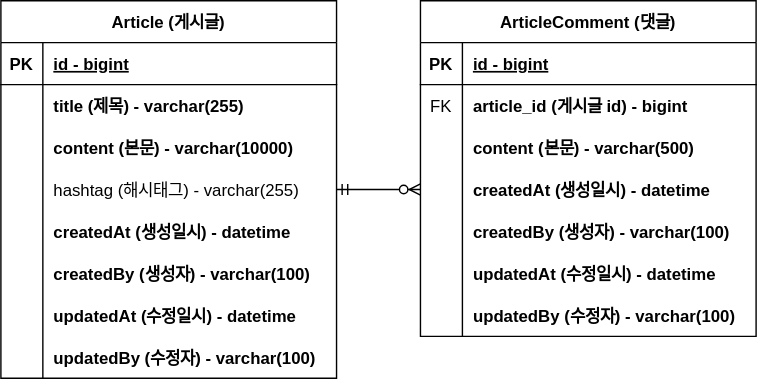
Earlier version of the draw.io export documents/project-board-erd.svg (JIHYEON-PF/project-board). Source tidied: cells renumbered, new cells last; positions are measured from the earlier drawing's top-left corner, leaving out a move shared by most shapes.
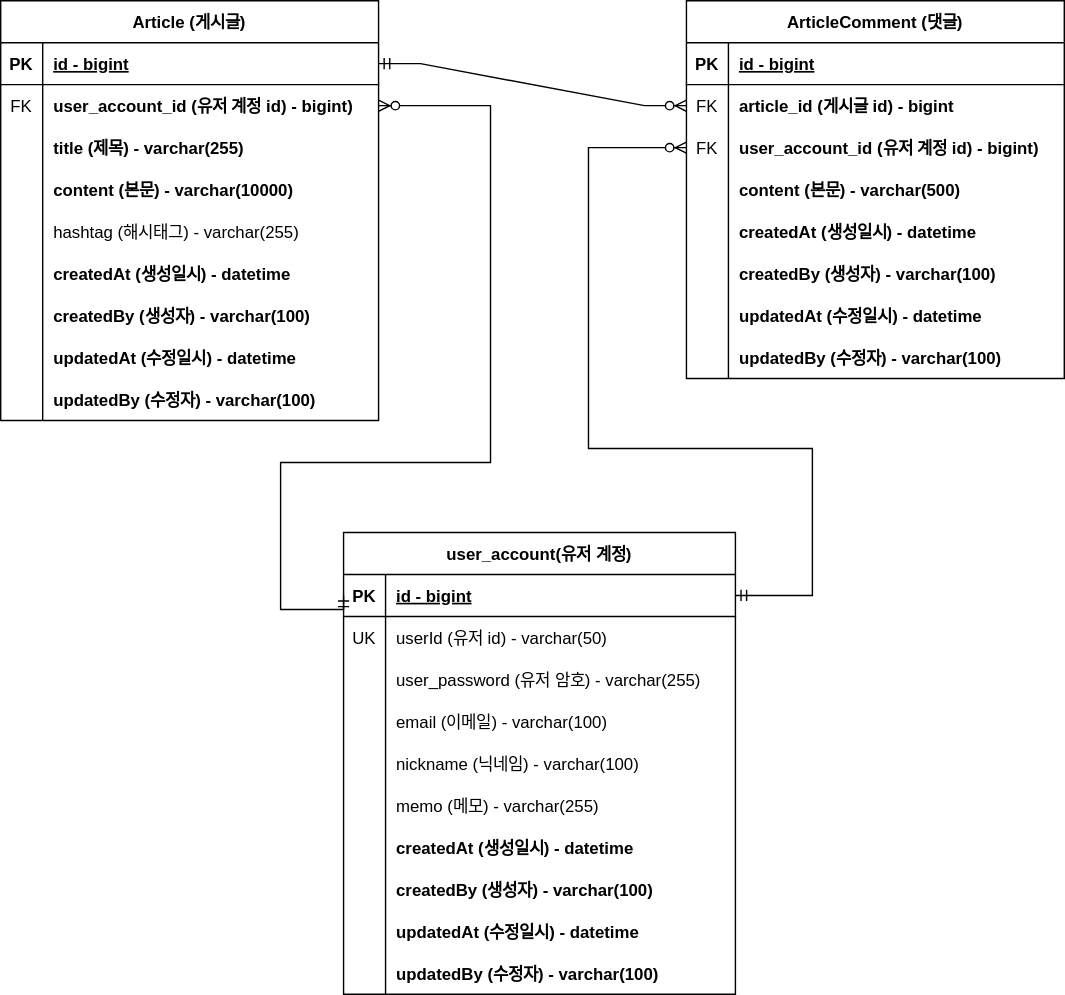
After the commit.

Commit message:
#17 - 회원계정 erd 업데이트

Diff of the diagram source:
```diff
@@ -5,6 +5,6 @@
     <mxCell id="2" value="Article (게시글)" style="shape=table;startSize=30;rowLines=0;fontStyle=1;align=center;" parent="1" vertex="1">
-      <mxGeometry width="240" height="270" as="geometry" />
+      <mxGeometry width="270" height="300" as="geometry" />
     </mxCell>
     <mxCell id="3" style="shape=partialRectangle;fillColor=none;points=[[0,0.5],[1,0.5]];portConstraint=eastwest;top=0;left=0;right=0;bottom=1;" parent="2" vertex="1">
-      <mxGeometry y="30" width="240" height="30" as="geometry" />
+      <mxGeometry y="30" width="270" height="30" as="geometry" />
     </mxCell>
@@ -14,15 +14,24 @@
     <mxCell id="5" value="id - bigint" style="shape=partialRectangle;overflow=hidden;fillColor=none;top=0;left=0;bottom=0;right=0;align=left;spacingLeft=6;fontStyle=5;" parent="3" vertex="1">
-      <mxGeometry x="30" width="210" height="30" as="geometry" />
+      <mxGeometry x="30" width="240" height="30" as="geometry" />
     </mxCell>
     <mxCell id="6" style="shape=partialRectangle;fillColor=none;points=[[0,0.5],[1,0.5]];portConstraint=eastwest;top=0;left=0;right=0;bottom=0;fontStyle=1;" parent="2" vertex="1">
-      <mxGeometry y="60" width="240" height="30" as="geometry" />
+      <mxGeometry y="60" width="270" height="30" as="geometry" />
     </mxCell>
-    <mxCell id="7" style="shape=partialRectangle;overflow=hidden;fillColor=none;top=0;left=0;bottom=0;right=0;" parent="6" vertex="1">
+    <mxCell id="7" value="FK" style="shape=partialRectangle;overflow=hidden;fillColor=none;top=0;left=0;bottom=0;right=0;" parent="6" vertex="1">
       <mxGeometry width="30" height="30" as="geometry" />
     </mxCell>
-    <mxCell id="8" value="title (제목) - varchar(255)" style="shape=partialRectangle;overflow=hidden;fillColor=none;top=0;left=0;bottom=0;right=0;align=left;spacingLeft=6;fontStyle=1;" parent="6" vertex="1">
-      <mxGeometry x="30" width="210" height="30" as="geometry" />
+    <mxCell id="8" value="user_account_id (유저 계정 id) - bigint)" style="shape=partialRectangle;overflow=hidden;fillColor=none;top=0;left=0;bottom=0;right=0;align=left;spacingLeft=6;fontStyle=1;" parent="6" vertex="1">
+      <mxGeometry x="30" width="240" height="30" as="geometry" />
     </mxCell>
+    <mxCell id="50" style="shape=partialRectangle;fillColor=none;top=0;left=0;right=0;bottom=0;fontStyle=1;" parent="2" vertex="1">
+      <mxGeometry y="90" width="270" height="30" as="geometry" />
+    </mxCell>
+    <mxCell id="51" style="shape=partialRectangle;overflow=hidden;fillColor=none;top=0;left=0;bottom=0;right=0;" parent="50" vertex="1">
+      <mxGeometry width="30" height="30" as="geometry" />
+    </mxCell>
+    <mxCell id="52" value="title (제목) - varchar(255)" style="shape=partialRectangle;overflow=hidden;fillColor=none;top=0;left=0;bottom=0;right=0;align=left;spacingLeft=6;fontStyle=1;" parent="50" vertex="1">
+      <mxGeometry x="30" width="240" height="30" as="geometry" />
+    </mxCell>
     <mxCell id="9" style="shape=partialRectangle;fillColor=none;top=0;left=0;right=0;bottom=0;" parent="2" vertex="1">
-      <mxGeometry y="90" width="240" height="30" as="geometry" />
+      <mxGeometry y="120" width="270" height="30" as="geometry" />
     </mxCell>
@@ -32,6 +41,6 @@
     <mxCell id="11" value="content (본문) - varchar(10000)" style="shape=partialRectangle;overflow=hidden;fillColor=none;top=0;left=0;bottom=0;right=0;align=left;spacingLeft=6;fontStyle=1;" parent="9" vertex="1">
-      <mxGeometry x="30" width="210" height="30" as="geometry" />
+      <mxGeometry x="30" width="240" height="30" as="geometry" />
     </mxCell>
     <mxCell id="12" style="shape=partialRectangle;fillColor=none;points=[[0,0.5],[1,0.5]];portConstraint=eastwest;top=0;left=0;right=0;bottom=0;" parent="2" vertex="1">
-      <mxGeometry y="120" width="240" height="30" as="geometry" />
+      <mxGeometry y="150" width="270" height="30" as="geometry" />
     </mxCell>
@@ -41,6 +50,6 @@
     <mxCell id="14" value="hashtag (해시태그) - varchar(255)" style="shape=partialRectangle;overflow=hidden;fillColor=none;top=0;left=0;bottom=0;right=0;align=left;spacingLeft=6;" parent="12" vertex="1">
-      <mxGeometry x="30" width="210" height="30" as="geometry" />
+      <mxGeometry x="30" width="240" height="30" as="geometry" />
     </mxCell>
     <mxCell id="15" style="shape=partialRectangle;fillColor=none;top=0;left=0;right=0;bottom=0;" parent="2" vertex="1">
-      <mxGeometry y="150" width="240" height="30" as="geometry" />
+      <mxGeometry y="180" width="270" height="30" as="geometry" />
     </mxCell>
@@ -50,6 +59,6 @@
     <mxCell id="17" value="createdAt (생성일시) - datetime" style="shape=partialRectangle;overflow=hidden;fillColor=none;top=0;left=0;bottom=0;right=0;align=left;spacingLeft=6;fontStyle=1;" parent="15" vertex="1">
-      <mxGeometry x="30" width="210" height="30" as="geometry" />
+      <mxGeometry x="30" width="240" height="30" as="geometry" />
     </mxCell>
     <mxCell id="18" style="shape=partialRectangle;fillColor=none;top=0;left=0;right=0;bottom=0;" parent="2" vertex="1">
-      <mxGeometry y="180" width="240" height="30" as="geometry" />
+      <mxGeometry y="210" width="270" height="30" as="geometry" />
     </mxCell>
@@ -59,6 +68,6 @@
     <mxCell id="20" value="createdBy (생성자) - varchar(100)" style="shape=partialRectangle;overflow=hidden;fillColor=none;top=0;left=0;bottom=0;right=0;align=left;spacingLeft=6;fontStyle=1;" parent="18" vertex="1">
-      <mxGeometry x="30" width="210" height="30" as="geometry" />
+      <mxGeometry x="30" width="240" height="30" as="geometry" />
     </mxCell>
     <mxCell id="21" style="shape=partialRectangle;fillColor=none;top=0;left=0;right=0;bottom=0;" parent="2" vertex="1">
-      <mxGeometry y="210" width="240" height="30" as="geometry" />
+      <mxGeometry y="240" width="270" height="30" as="geometry" />
     </mxCell>
@@ -68,6 +77,6 @@
     <mxCell id="23" value="updatedAt (수정일시) - datetime" style="shape=partialRectangle;overflow=hidden;fillColor=none;top=0;left=0;bottom=0;right=0;align=left;spacingLeft=6;fontStyle=1;" parent="21" vertex="1">
-      <mxGeometry x="30" width="210" height="30" as="geometry" />
+      <mxGeometry x="30" width="240" height="30" as="geometry" />
     </mxCell>
     <mxCell id="24" style="shape=partialRectangle;fillColor=none;top=0;left=0;right=0;bottom=0;" parent="2" vertex="1">
-      <mxGeometry y="240" width="240" height="30" as="geometry" />
+      <mxGeometry y="270" width="270" height="30" as="geometry" />
     </mxCell>
@@ -77,9 +86,9 @@
     <mxCell id="26" value="updatedBy (수정자) - varchar(100)" style="shape=partialRectangle;overflow=hidden;fillColor=none;top=0;left=0;bottom=0;right=0;align=left;spacingLeft=6;fontStyle=1;" parent="24" vertex="1">
-      <mxGeometry x="30" width="210" height="30" as="geometry" />
+      <mxGeometry x="30" width="240" height="30" as="geometry" />
     </mxCell>
     <mxCell id="27" value="ArticleComment (댓글)" style="shape=table;startSize=30;rowLines=0;fontStyle=1;align=center;" parent="1" vertex="1">
-      <mxGeometry x="300" width="240" height="240" as="geometry" />
+      <mxGeometry x="490" width="270" height="270" as="geometry" />
     </mxCell>
     <mxCell id="28" style="shape=partialRectangle;fillColor=none;top=0;left=0;right=0;bottom=1;" parent="27" vertex="1">
-      <mxGeometry y="30" width="240" height="30" as="geometry" />
+      <mxGeometry y="30" width="270" height="30" as="geometry" />
     </mxCell>
@@ -89,6 +98,6 @@
     <mxCell id="30" value="id - bigint" style="shape=partialRectangle;overflow=hidden;fillColor=none;top=0;left=0;bottom=0;right=0;align=left;spacingLeft=6;fontStyle=5;" parent="28" vertex="1">
-      <mxGeometry x="30" width="210" height="30" as="geometry" />
+      <mxGeometry x="30" width="240" height="30" as="geometry" />
     </mxCell>
     <mxCell id="31" style="shape=partialRectangle;fillColor=none;points=[[0,0.5],[1,0.5]];portConstraint=eastwest;top=0;left=0;right=0;bottom=0;" parent="27" vertex="1">
-      <mxGeometry y="60" width="240" height="30" as="geometry" />
+      <mxGeometry y="60" width="270" height="30" as="geometry" />
     </mxCell>
@@ -98,6 +107,15 @@
     <mxCell id="33" value="article_id (게시글 id) - bigint" style="shape=partialRectangle;overflow=hidden;fillColor=none;top=0;left=0;bottom=0;right=0;align=left;spacingLeft=6;fontStyle=1;" parent="31" vertex="1">
-      <mxGeometry x="30" width="210" height="30" as="geometry" />
+      <mxGeometry x="30" width="240" height="30" as="geometry" />
     </mxCell>
+    <mxCell id="53" style="shape=partialRectangle;fillColor=none;points=[[0,0.5],[1,0.5]];portConstraint=eastwest;top=0;left=0;right=0;bottom=0;" parent="27" vertex="1">
+      <mxGeometry y="90" width="270" height="30" as="geometry" />
+    </mxCell>
+    <mxCell id="54" value="FK" style="shape=partialRectangle;overflow=hidden;fillColor=none;top=0;left=0;bottom=0;right=0;" parent="53" vertex="1">
+      <mxGeometry width="30" height="30" as="geometry" />
+    </mxCell>
+    <mxCell id="55" value="user_account_id (유저 계정 id) - bigint)" style="shape=partialRectangle;overflow=hidden;fillColor=none;top=0;left=0;bottom=0;right=0;align=left;spacingLeft=6;fontStyle=1;" parent="53" vertex="1">
+      <mxGeometry x="30" width="240" height="30" as="geometry" />
+    </mxCell>
     <mxCell id="34" style="shape=partialRectangle;fillColor=none;top=0;left=0;right=0;bottom=0;" parent="27" vertex="1">
-      <mxGeometry y="90" width="240" height="30" as="geometry" />
+      <mxGeometry y="120" width="270" height="30" as="geometry" />
     </mxCell>
@@ -107,6 +125,6 @@
     <mxCell id="36" value="content (본문) - varchar(500)" style="shape=partialRectangle;overflow=hidden;fillColor=none;top=0;left=0;bottom=0;right=0;align=left;spacingLeft=6;fontStyle=1;" parent="34" vertex="1">
-      <mxGeometry x="30" width="210" height="30" as="geometry" />
+      <mxGeometry x="30" width="240" height="30" as="geometry" />
     </mxCell>
     <mxCell id="37" style="shape=partialRectangle;fillColor=none;points=[[0,0.5],[1,0.5]];portConstraint=eastwest;top=0;left=0;right=0;bottom=0;" parent="27" vertex="1">
-      <mxGeometry y="120" width="240" height="30" as="geometry" />
+      <mxGeometry y="150" width="270" height="30" as="geometry" />
     </mxCell>
@@ -116,6 +134,6 @@
     <mxCell id="39" value="createdAt (생성일시) - datetime" style="shape=partialRectangle;overflow=hidden;fillColor=none;top=0;left=0;bottom=0;right=0;align=left;spacingLeft=6;fontStyle=1;" parent="37" vertex="1">
-      <mxGeometry x="30" width="210" height="30" as="geometry" />
+      <mxGeometry x="30" width="240" height="30" as="geometry" />
     </mxCell>
     <mxCell id="40" style="shape=partialRectangle;fillColor=none;top=0;left=0;right=0;bottom=0;" parent="27" vertex="1">
-      <mxGeometry y="150" width="240" height="30" as="geometry" />
+      <mxGeometry y="180" width="270" height="30" as="geometry" />
     </mxCell>
@@ -125,6 +143,6 @@
     <mxCell id="42" value="createdBy (생성자) - varchar(100)" style="shape=partialRectangle;overflow=hidden;fillColor=none;top=0;left=0;bottom=0;right=0;align=left;spacingLeft=6;fontStyle=1;" parent="40" vertex="1">
-      <mxGeometry x="30" width="210" height="30" as="geometry" />
+      <mxGeometry x="30" width="240" height="30" as="geometry" />
     </mxCell>
     <mxCell id="43" style="shape=partialRectangle;fillColor=none;top=0;left=0;right=0;bottom=0;" parent="27" vertex="1">
-      <mxGeometry y="180" width="240" height="30" as="geometry" />
+      <mxGeometry y="210" width="270" height="30" as="geometry" />
     </mxCell>
@@ -134,6 +152,6 @@
     <mxCell id="45" value="updatedAt (수정일시) - datetime" style="shape=partialRectangle;overflow=hidden;fillColor=none;top=0;left=0;bottom=0;right=0;align=left;spacingLeft=6;fontStyle=1;" parent="43" vertex="1">
-      <mxGeometry x="30" width="210" height="30" as="geometry" />
+      <mxGeometry x="30" width="240" height="30" as="geometry" />
     </mxCell>
     <mxCell id="46" style="shape=partialRectangle;fillColor=none;top=0;left=0;right=0;bottom=0;" parent="27" vertex="1">
-      <mxGeometry y="210" width="240" height="30" as="geometry" />
+      <mxGeometry y="240" width="270" height="30" as="geometry" />
     </mxCell>
@@ -143,7 +161,121 @@
     <mxCell id="48" value="updatedBy (수정자) - varchar(100)" style="shape=partialRectangle;overflow=hidden;fillColor=none;top=0;left=0;bottom=0;right=0;align=left;spacingLeft=6;fontStyle=1;" parent="46" vertex="1">
-      <mxGeometry x="30" width="210" height="30" as="geometry" />
+      <mxGeometry x="30" width="240" height="30" as="geometry" />
     </mxCell>
-    <mxCell id="49" style="edgeStyle=entityRelationEdgeStyle;fontSize=12;html=1;endArrow=ERzeroToMany;startArrow=ERmandOne;rounded=0;exitX=1;exitY=0.5;exitDx=0;exitDy=0;entryX=0;entryY=0.5;entryDx=0;entryDy=0;" parent="1" edge="1" source="12" target="37">
+    <mxCell id="49" style="edgeStyle=entityRelationEdgeStyle;fontSize=12;html=1;endArrow=ERzeroToMany;startArrow=ERmandOne;rounded=0;exitX=1;exitY=0.5;exitDx=0;exitDy=0;entryX=0;entryY=0.5;entryDx=0;entryDy=0;" parent="1" edge="1" source="3" target="31">
       <mxGeometry relative="1" as="geometry" />
     </mxCell>
+    <mxCell id="56" value="user_account(유저 계정)" style="shape=table;startSize=30;rowLines=0;fontStyle=1;align=center;" parent="1" vertex="1">
+      <mxGeometry x="245" y="380" width="280" height="330" as="geometry" />
+    </mxCell>
+    <mxCell id="57" style="shape=partialRectangle;fillColor=none;points=[[0,0.5],[1,0.5]];portConstraint=eastwest;top=0;left=0;right=0;bottom=1;" parent="56" vertex="1">
+      <mxGeometry y="30" width="280" height="30" as="geometry" />
+    </mxCell>
+    <mxCell id="58" value="PK" style="shape=partialRectangle;overflow=hidden;fillColor=none;top=0;left=0;bottom=0;right=0;fontStyle=1;" parent="57" vertex="1">
+      <mxGeometry width="30" height="30" as="geometry" />
+    </mxCell>
+    <mxCell id="59" value="id - bigint" style="shape=partialRectangle;overflow=hidden;fillColor=none;top=0;left=0;bottom=0;right=0;align=left;spacingLeft=6;fontStyle=5;" parent="57" vertex="1">
+      <mxGeometry x="30" width="250" height="30" as="geometry" />
+    </mxCell>
+    <mxCell id="60" style="shape=partialRectangle;fillColor=none;top=0;left=0;right=0;bottom=0;" parent="56" vertex="1">
+      <mxGeometry y="60" width="280" height="30" as="geometry" />
+    </mxCell>
+    <mxCell id="61" value="UK" style="shape=partialRectangle;overflow=hidden;fillColor=none;top=0;left=0;bottom=0;right=0;" parent="60" vertex="1">
+      <mxGeometry width="30" height="30" as="geometry" />
+    </mxCell>
+    <mxCell id="62" value="userId (유저 id) - varchar(50)" style="shape=partialRectangle;overflow=hidden;fillColor=none;top=0;left=0;bottom=0;right=0;align=left;spacingLeft=6;" parent="60" vertex="1">
+      <mxGeometry x="30" width="250" height="30" as="geometry" />
+    </mxCell>
+    <mxCell id="63" style="shape=partialRectangle;fillColor=none;top=0;left=0;right=0;bottom=0;" parent="56" vertex="1">
+      <mxGeometry y="90" width="280" height="30" as="geometry" />
+    </mxCell>
+    <mxCell id="64" value="    " style="shape=partialRectangle;overflow=hidden;fillColor=none;top=0;left=0;bottom=0;right=0;" parent="63" vertex="1">
+      <mxGeometry width="30" height="30" as="geometry" />
+    </mxCell>
+    <mxCell id="65" value="user_password (유저 암호) - varchar(255)" style="shape=partialRectangle;overflow=hidden;fillColor=none;top=0;left=0;bottom=0;right=0;align=left;spacingLeft=6;" parent="63" vertex="1">
+      <mxGeometry x="30" width="250" height="30" as="geometry" />
+    </mxCell>
+    <mxCell id="66" style="shape=partialRectangle;fillColor=none;top=0;left=0;right=0;bottom=0;" parent="56" vertex="1">
+      <mxGeometry y="120" width="280" height="30" as="geometry" />
+    </mxCell>
+    <mxCell id="67" value="    " style="shape=partialRectangle;overflow=hidden;fillColor=none;top=0;left=0;bottom=0;right=0;" parent="66" vertex="1">
+      <mxGeometry width="30" height="30" as="geometry" />
+    </mxCell>
+    <mxCell id="68" value="email (이메일) - varchar(100)" style="shape=partialRectangle;overflow=hidden;fillColor=none;top=0;left=0;bottom=0;right=0;align=left;spacingLeft=6;" parent="66" vertex="1">
+      <mxGeometry x="30" width="250" height="30" as="geometry" />
+    </mxCell>
+    <mxCell id="69" style="shape=partialRectangle;fillColor=none;top=0;left=0;right=0;bottom=0;" parent="56" vertex="1">
+      <mxGeometry y="150" width="280" height="30" as="geometry" />
+    </mxCell>
+    <mxCell id="70" value="    " style="shape=partialRectangle;overflow=hidden;fillColor=none;top=0;left=0;bottom=0;right=0;" parent="69" vertex="1">
+      <mxGeometry width="30" height="30" as="geometry" />
+    </mxCell>
+    <mxCell id="71" value="nickname (닉네임) - varchar(100)" style="shape=partialRectangle;overflow=hidden;fillColor=none;top=0;left=0;bottom=0;right=0;align=left;spacingLeft=6;" parent="69" vertex="1">
+      <mxGeometry x="30" width="250" height="30" as="geometry" />
+    </mxCell>
+    <mxCell id="72" style="shape=partialRectangle;fillColor=none;top=0;left=0;right=0;bottom=0;" parent="56" vertex="1">
+      <mxGeometry y="180" width="280" height="30" as="geometry" />
+    </mxCell>
+    <mxCell id="73" value="    " style="shape=partialRectangle;overflow=hidden;fillColor=none;top=0;left=0;bottom=0;right=0;" parent="72" vertex="1">
+      <mxGeometry width="30" height="30" as="geometry" />
+    </mxCell>
+    <mxCell id="74" value="memo (메모) - varchar(255)" style="shape=partialRectangle;overflow=hidden;fillColor=none;top=0;left=0;bottom=0;right=0;align=left;spacingLeft=6;" parent="72" vertex="1">
+      <mxGeometry x="30" width="250" height="30" as="geometry" />
+    </mxCell>
+    <mxCell id="75" style="shape=partialRectangle;fillColor=none;top=0;left=0;right=0;bottom=0;" parent="56" vertex="1">
+      <mxGeometry y="210" width="280" height="30" as="geometry" />
+    </mxCell>
+    <mxCell id="76" style="shape=partialRectangle;overflow=hidden;fillColor=none;top=0;left=0;bottom=0;right=0;" parent="75" vertex="1">
+      <mxGeometry width="30" height="30" as="geometry" />
+    </mxCell>
+    <mxCell id="77" value="createdAt (생성일시) - datetime" style="shape=partialRectangle;overflow=hidden;fillColor=none;top=0;left=0;bottom=0;right=0;align=left;spacingLeft=6;fontStyle=1;" parent="75" vertex="1">
+      <mxGeometry x="30" width="250" height="30" as="geometry" />
+    </mxCell>
+    <mxCell id="78" style="shape=partialRectangle;fillColor=none;top=0;left=0;right=0;bottom=0;" parent="56" vertex="1">
+      <mxGeometry y="240" width="280" height="30" as="geometry" />
+    </mxCell>
+    <mxCell id="79" style="shape=partialRectangle;overflow=hidden;fillColor=none;top=0;left=0;bottom=0;right=0;" parent="78" vertex="1">
+      <mxGeometry width="30" height="30" as="geometry" />
+    </mxCell>
+    <mxCell id="80" value="createdBy (생성자) - varchar(100)" style="shape=partialRectangle;overflow=hidden;fillColor=none;top=0;left=0;bottom=0;right=0;align=left;spacingLeft=6;fontStyle=1;" parent="78" vertex="1">
+      <mxGeometry x="30" width="250" height="30" as="geometry" />
+    </mxCell>
+    <mxCell id="81" style="shape=partialRectangle;fillColor=none;top=0;left=0;right=0;bottom=0;" parent="56" vertex="1">
+      <mxGeometry y="270" width="280" height="30" as="geometry" />
+    </mxCell>
+    <mxCell id="82" style="shape=partialRectangle;overflow=hidden;fillColor=none;top=0;left=0;bottom=0;right=0;" parent="81" vertex="1">
+      <mxGeometry width="30" height="30" as="geometry" />
+    </mxCell>
+    <mxCell id="83" value="updatedAt (수정일시) - datetime" style="shape=partialRectangle;overflow=hidden;fillColor=none;top=0;left=0;bottom=0;right=0;align=left;spacingLeft=6;fontStyle=1;" parent="81" vertex="1">
+      <mxGeometry x="30" width="250" height="30" as="geometry" />
+    </mxCell>
+    <mxCell id="84" style="shape=partialRectangle;fillColor=none;top=0;left=0;right=0;bottom=0;" parent="56" vertex="1">
+      <mxGeometry y="300" width="280" height="30" as="geometry" />
+    </mxCell>
+    <mxCell id="85" style="shape=partialRectangle;overflow=hidden;fillColor=none;top=0;left=0;bottom=0;right=0;" parent="84" vertex="1">
+      <mxGeometry width="30" height="30" as="geometry" />
+    </mxCell>
+    <mxCell id="86" value="updatedBy (수정자) - varchar(100)" style="shape=partialRectangle;overflow=hidden;fillColor=none;top=0;left=0;bottom=0;right=0;align=left;spacingLeft=6;fontStyle=1;" parent="84" vertex="1">
+      <mxGeometry x="30" width="250" height="30" as="geometry" />
+    </mxCell>
+    <mxCell id="87" style="edgeStyle=orthogonalEdgeStyle;fontSize=12;html=1;endArrow=ERzeroToMany;startArrow=ERmandOne;rounded=0;entryX=0;entryY=0.5;entryDx=0;entryDy=0;exitX=1;exitY=0.5;exitDx=0;exitDy=0;" parent="1" edge="1" source="57" target="53">
+      <mxGeometry relative="1" as="geometry">
+        <Array as="points">
+          <mxPoint x="580" y="425" />
+          <mxPoint x="580" y="320" />
+          <mxPoint x="420" y="320" />
+          <mxPoint x="420" y="105" />
+        </Array>
+      </mxGeometry>
+    </mxCell>
+    <mxCell id="88" style="edgeStyle=orthogonalEdgeStyle;fontSize=12;html=1;endArrow=ERzeroToMany;startArrow=ERmandOne;rounded=0;entryX=1;entryY=0.5;entryDx=0;entryDy=0;exitX=0;exitY=0.5;exitDx=0;exitDy=0;" parent="1" edge="1" source="57" target="6">
+      <mxGeometry relative="1" as="geometry">
+        <Array as="points">
+          <mxPoint x="245" y="435" />
+          <mxPoint x="200" y="435" />
+          <mxPoint x="200" y="330" />
+          <mxPoint x="350" y="330" />
+          <mxPoint x="350" y="75" />
+        </Array>
+      </mxGeometry>
+    </mxCell>
   </root>
```
